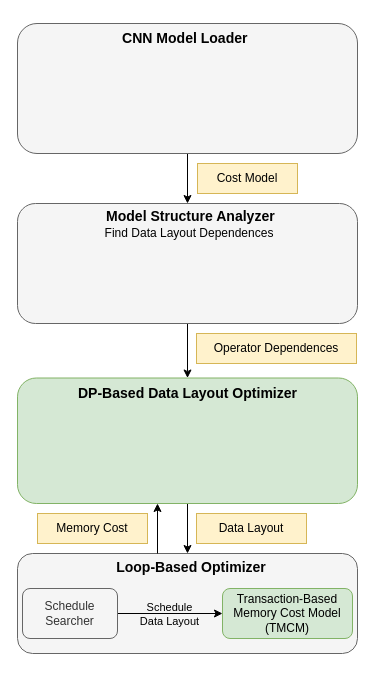
The draw.io diagram memex-overview.drawio in ArmeriaWang/image-sync, before the edit. Source tidied: cells renumbered, new cells numbered last; positions are measured from the earlier drawing's top-left corner, leaving out a move shared by most shapes. Both pictures are drawn from the tidied source at 100%, with x=0, y=0 at pixel (17, 23). Pictures stored in the file or linked from it are replaced by grey dashed boxes.
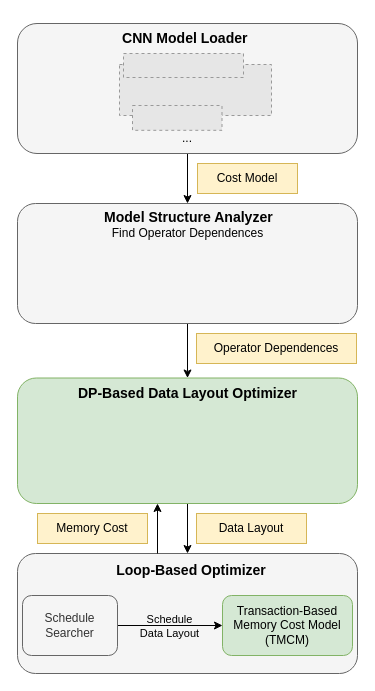
The same page after the edit.

The edit, as a diff of the source:
```diff
@@
     <mxCell id="12" value="&lt;h3 style=&quot;line-height: 100%;&quot;&gt;Model Structure Analyzer&lt;/h3&gt;" style="text;html=1;strokeColor=none;fillColor=none;spacing=5;spacingTop=-20;whiteSpace=wrap;overflow=hidden;rounded=0;" parent="1" vertex="1">
-      <mxGeometry x="84" y="182" width="177" height="30" as="geometry" />
+      <mxGeometry x="81.5" y="183" width="177" height="30" as="geometry" />
     </mxCell>
-    <mxCell id="13" value="&lt;p style=&quot;line-height: 100%;&quot;&gt;&lt;span style=&quot;color: rgb(0, 0, 0); font-family: Helvetica; font-size: 12px; font-style: normal; font-variant-ligatures: normal; font-variant-caps: normal; font-weight: 400; letter-spacing: normal; orphans: 2; text-align: left; text-indent: 0px; text-transform: none; widows: 2; word-spacing: 0px; -webkit-text-stroke-width: 0px; text-decoration-thickness: initial; text-decoration-style: initial; text-decoration-color: initial; float: none; display: inline !important;&quot;&gt;Find Data Layout Dependences&lt;/span&gt;&lt;br&gt;&lt;/p&gt;" style="text;html=1;strokeColor=none;fillColor=none;align=center;verticalAlign=middle;whiteSpace=wrap;rounded=0;opacity=0;labelBackgroundColor=none;" parent="1" vertex="1">
-      <mxGeometry x="57" y="194" width="230" height="30" as="geometry" />
+    <mxCell id="13" value="Find Operator Dependences" style="text;strokeColor=none;fillColor=none;align=center;verticalAlign=middle;whiteSpace=wrap;rounded=0;opacity=0;labelBackgroundColor=none;fontSize=12;" parent="1" vertex="1">
+      <mxGeometry x="79.5" y="200" width="181" height="20" as="geometry" />
     </mxCell>
@@
     <mxCell id="15" style="group;" parent="1" vertex="1">
-      <mxGeometry y="530" width="340" height="100" as="geometry" />
+      <mxGeometry y="530" width="340" height="120" as="geometry" />
     </mxCell>
     <mxCell id="16" value="&lt;div style=&quot;text-align: justify;&quot;&gt;&lt;br&gt;&lt;/div&gt;" style="whiteSpace=wrap;html=1;rounded=1;fillColor=#f5f5f5;fontColor=#333333;strokeColor=#666666;" parent="15" vertex="1">
-      <mxGeometry width="340" height="100" as="geometry" />
+      <mxGeometry width="340" height="120" as="geometry" />
     </mxCell>
     <mxCell id="17" value="&lt;h3&gt;Loop-Based Optimizer&lt;/h3&gt;" style="text;html=1;strokeColor=none;fillColor=none;align=center;verticalAlign=middle;whiteSpace=wrap;rounded=0;" parent="15" vertex="1">
-      <mxGeometry x="64" y="-1" width="220" height="30" as="geometry" />
+      <mxGeometry x="64" y="-1.2" width="220" height="36" as="geometry" />
     </mxCell>
     <mxCell id="18" style="group;" parent="15" vertex="1">
-      <mxGeometry x="5" y="35" width="330" height="50" as="geometry" />
+      <mxGeometry x="5" y="42" width="330" height="60" as="geometry" />
     </mxCell>
     <mxCell id="19" value="Transaction-Based Memory Cost Model (TMCM)" style="whiteSpace=wrap;html=1;rounded=1;fillColor=#d5e8d4;strokeColor=#82b366;" parent="18" vertex="1">
-      <mxGeometry x="200" width="130" height="50" as="geometry" />
+      <mxGeometry x="200" width="130" height="60" as="geometry" />
     </mxCell>
@@
     <mxCell id="22" value="Schedule Searcher" style="whiteSpace=wrap;html=1;rounded=1;fillColor=#f5f5f5;fontColor=#333333;strokeColor=#666666;" parent="18" vertex="1">
-      <mxGeometry width="95" height="50" as="geometry" />
+      <mxGeometry width="95" height="60" as="geometry" />
     </mxCell>
@@
+    <mxCell id="25" style="fillColor=#E6E6E6;strokeColor=#999999;dashed=1;verticalLabelPosition=bottom;labelBackgroundColor=default;verticalAlign=top;" parent="1" vertex="1">
+      <mxGeometry x="102" y="41" width="152" height="51" as="geometry" />
+    </mxCell>
+    <mxCell id="26" style="fillColor=#E6E6E6;strokeColor=#999999;dashed=1;verticalLabelPosition=bottom;labelBackgroundColor=default;verticalAlign=top;" parent="1" vertex="1">
+      <mxGeometry x="106" y="30" width="120" height="24" as="geometry" />
+    </mxCell>
+    <mxCell id="27" style="fillColor=#E6E6E6;strokeColor=#999999;dashed=1;verticalLabelPosition=bottom;labelBackgroundColor=default;verticalAlign=top;" parent="1" vertex="1">
+      <mxGeometry x="115" y="82" width="89.5" height="24.8" as="geometry" />
+    </mxCell>
+    <mxCell id="28" value="..." style="text;html=1;strokeColor=none;fillColor=none;align=center;verticalAlign=middle;whiteSpace=wrap;rounded=0;" parent="1" vertex="1">
+      <mxGeometry x="140" y="100" width="60" height="30" as="geometry" />
+    </mxCell>
```
